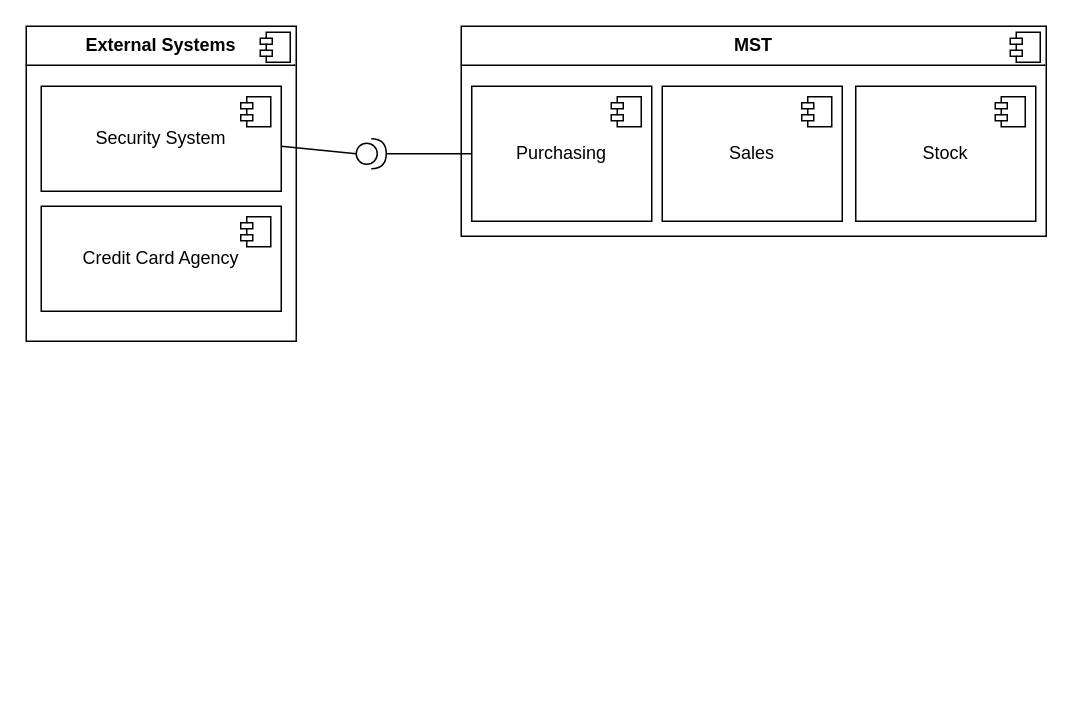
antonykimuom/SWEN30006-2025-SM1-workshop1-tuew05-14-00-team-12 keeps this draw.io diagram as page "Page-2" (2 of 2) of workshop10_week11.drawio. Above is the earlier version. Source tidied: cells renumbered, new cells numbered last; positions are measured from the earlier drawing's top-left corner, leaving out a move shared by most shapes. Both pictures are drawn from the tidied source at 150%, with x=0, y=0 at pixel (26, 26).
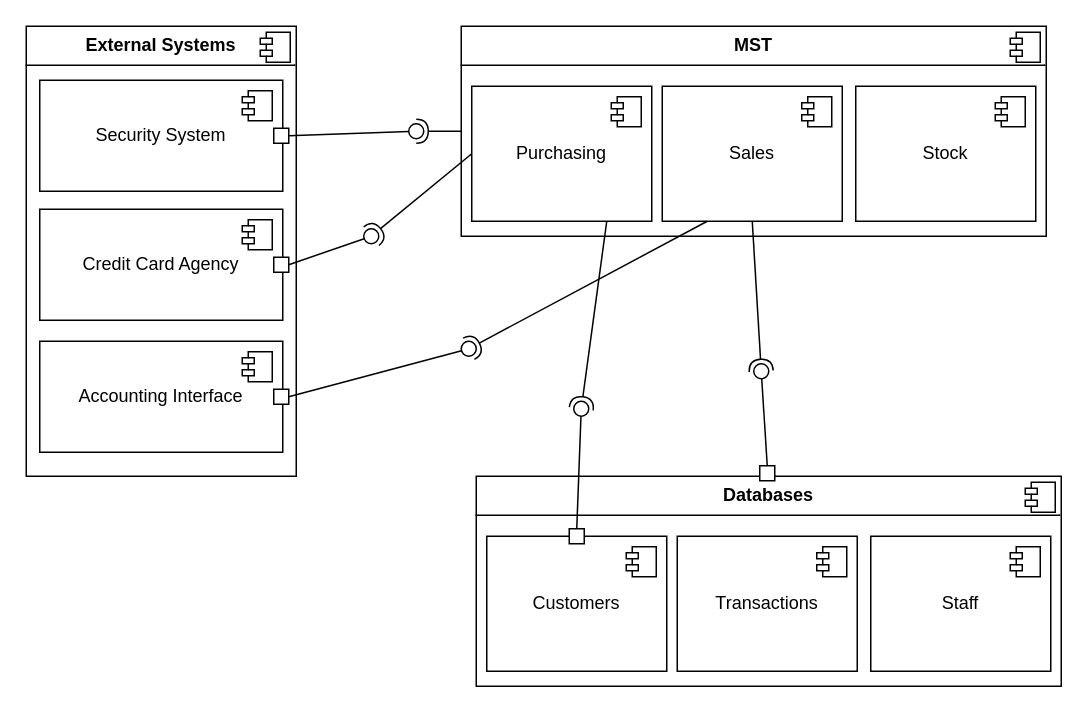
After the change.

The change refers to these unchanged cells:
```xml
<mxCell id="3" value="&lt;p style=&quot;margin:0px;margin-top:6px;text-align:center;&quot;&gt;&lt;b&gt;MST&lt;/b&gt;&lt;/p&gt;&lt;hr size=&quot;1&quot; style=&quot;border-style:solid;&quot;&gt;&lt;p style=&quot;margin:0px;margin-left:8px;&quot;&gt;&lt;br&gt;&lt;/p&gt;" style="align=left;overflow=fill;html=1;whiteSpace=wrap;" parent="2" vertex="1">
  <mxGeometry width="390" height="140" as="geometry" />
</mxCell>
<mxCell id="5" value="Purchasing" style="html=1;whiteSpace=wrap;" parent="2" vertex="1">
  <mxGeometry x="7" y="40" width="120" height="90" as="geometry" />
</mxCell>
<mxCell id="7" value="Sales" style="html=1;whiteSpace=wrap;" parent="2" vertex="1">
  <mxGeometry x="134" y="40" width="120" height="90" as="geometry" />
</mxCell>
```

What changed in the source:
```diff
@@
     <mxCell id="11" style="group;" parent="1" vertex="1">
-      <mxGeometry width="180" height="210" as="geometry" />
+      <mxGeometry width="260" height="300" as="geometry" />
     </mxCell>
+    <mxCell id="22" style="group;" parent="11" vertex="1">
+      <mxGeometry width="180" height="300" as="geometry" />
+    </mxCell>
-    <mxCell id="12" value="&lt;p style=&quot;margin:0px;margin-top:6px;text-align:center;&quot;&gt;&lt;b&gt;External Systems&lt;/b&gt;&lt;/p&gt;&lt;hr size=&quot;1&quot; style=&quot;border-style:solid;&quot;&gt;&lt;p style=&quot;margin:0px;margin-left:8px;&quot;&gt;&lt;br&gt;&lt;/p&gt;" style="align=left;overflow=fill;html=1;whiteSpace=wrap;" parent="11" vertex="1">
-      <mxGeometry width="180" height="210" as="geometry" />
+    <mxCell id="12" value="&lt;p style=&quot;margin:0px;margin-top:6px;text-align:center;&quot;&gt;&lt;b&gt;External Systems&lt;/b&gt;&lt;/p&gt;&lt;hr size=&quot;1&quot; style=&quot;border-style:solid;&quot;&gt;&lt;p style=&quot;margin:0px;margin-left:8px;&quot;&gt;&lt;br&gt;&lt;/p&gt;" style="align=left;overflow=fill;html=1;whiteSpace=wrap;" parent="22" vertex="1">
+      <mxGeometry width="180" height="300" as="geometry" />
     </mxCell>
@@
-    <mxCell id="14" style="group;" parent="11" vertex="1">
-      <mxGeometry x="10" y="40" width="160" height="150" as="geometry" />
-    </mxCell>
-    <mxCell id="15" value="Security System" style="html=1;whiteSpace=wrap;" parent="14" vertex="1">
-      <mxGeometry width="160" height="70" as="geometry" />
+    <mxCell id="15" value="Security System" style="html=1;whiteSpace=wrap;" parent="22" vertex="1">
+      <mxGeometry x="9" y="36" width="162" height="74" as="geometry" />
     </mxCell>
-    <mxCell id="16" style="shape=module;jettyWidth=8;jettyHeight=4;" parent="15" vertex="1">
-      <mxGeometry x="1" width="20" height="20" relative="1" as="geometry">
-        <mxPoint x="-27" y="7" as="offset" />
-      </mxGeometry>
-    </mxCell>
+    <mxCell id="23" style="shape=module;jettyWidth=8;jettyHeight=4;" parent="15" vertex="1">
+      <mxGeometry x="1" width="20" height="20" relative="1" as="geometry">
+        <mxPoint x="-27" y="7" as="offset" />
+      </mxGeometry>
+    </mxCell>
-    <mxCell id="17" value="Credit Card Agency" style="html=1;whiteSpace=wrap;" parent="14" vertex="1">
-      <mxGeometry y="80" width="160" height="70" as="geometry" />
+    <mxCell id="17" value="Credit Card Agency" style="html=1;whiteSpace=wrap;" parent="22" vertex="1">
+      <mxGeometry x="9" y="122" width="162" height="74" as="geometry" />
     </mxCell>
-    <mxCell id="18" style="shape=module;jettyWidth=8;jettyHeight=4;" parent="17" vertex="1">
-      <mxGeometry x="1" width="20" height="20" relative="1" as="geometry">
-        <mxPoint x="-27" y="7" as="offset" />
-      </mxGeometry>
-    </mxCell>
-    <mxCell id="19" style="endArrow=none;html=1;rounded=0;entryX=0;entryY=0.5;entryDx=0;entryDy=0;" parent="1" edge="1" source="21" target="5">
-      <mxGeometry relative="1" as="geometry" />
-    </mxCell>
-    <mxCell id="20" style="endArrow=none;html=1;rounded=0;entryX=0;entryY=0.5;entryDx=0;entryDy=0;" parent="1" edge="1" target="21">
-      <mxGeometry relative="1" as="geometry">
-        <mxPoint x="170" y="80" as="sourcePoint" />
-      </mxGeometry>
-    </mxCell>
-    <mxCell id="21" style="shape=providedRequiredInterface;html=1;verticalLabelPosition=bottom;sketch=0;" parent="1" vertex="1">
-      <mxGeometry x="220" y="75" width="20" height="20" as="geometry" />
-    </mxCell>
+    <mxCell id="24" style="shape=module;jettyWidth=8;jettyHeight=4;" parent="17" vertex="1">
+      <mxGeometry x="1" width="20" height="20" relative="1" as="geometry">
+        <mxPoint x="-27" y="7" as="offset" />
+      </mxGeometry>
+    </mxCell>
+    <mxCell id="25" value="Accounting Interface" style="html=1;whiteSpace=wrap;" parent="22" vertex="1">
+      <mxGeometry x="9" y="210" width="162" height="74" as="geometry" />
+    </mxCell>
+    <mxCell id="26" style="shape=module;jettyWidth=8;jettyHeight=4;" parent="25" vertex="1">
+      <mxGeometry x="1" width="20" height="20" relative="1" as="geometry">
+        <mxPoint x="-27" y="7" as="offset" />
+      </mxGeometry>
+    </mxCell>
+    <mxCell id="27" style="rounded=0;whiteSpace=wrap;html=1;" parent="22" vertex="1">
+      <mxGeometry x="165" y="68" width="10" height="10" as="geometry" />
+    </mxCell>
+    <mxCell id="28" style="rounded=0;whiteSpace=wrap;html=1;" parent="22" vertex="1">
+      <mxGeometry x="165" y="154" width="10" height="10" as="geometry" />
+    </mxCell>
+    <mxCell id="29" style="rounded=0;whiteSpace=wrap;html=1;" parent="22" vertex="1">
+      <mxGeometry x="165" y="242" width="10" height="10" as="geometry" />
+    </mxCell>
+    <mxCell id="30" style="ellipse;whiteSpace=wrap;html=1;align=center;fillColor=none;strokeColor=none;perimeter=centerPerimeter;" parent="1" vertex="1">
+      <mxGeometry x="260" y="190" width="10" height="10" as="geometry" />
+    </mxCell>
+    <mxCell id="31" style="group;" parent="1" vertex="1">
+      <mxGeometry x="300" y="300" width="390" height="140" as="geometry" />
+    </mxCell>
+    <mxCell id="32" value="&lt;p style=&quot;margin:0px;margin-top:6px;text-align:center;&quot;&gt;&lt;b&gt;Databases&lt;/b&gt;&lt;/p&gt;&lt;hr size=&quot;1&quot; style=&quot;border-style:solid;&quot;&gt;&lt;p style=&quot;margin:0px;margin-left:8px;&quot;&gt;&lt;br&gt;&lt;/p&gt;" style="align=left;overflow=fill;html=1;whiteSpace=wrap;" parent="31" vertex="1">
+      <mxGeometry width="390" height="140" as="geometry" />
+    </mxCell>
+    <mxCell id="33" style="shape=component;jettyWidth=8;jettyHeight=4;" parent="32" vertex="1">
+      <mxGeometry x="1" width="20" height="20" relative="1" as="geometry">
+        <mxPoint x="-24" y="4" as="offset" />
+      </mxGeometry>
+    </mxCell>
+    <mxCell id="34" value="Customers" style="html=1;whiteSpace=wrap;" parent="31" vertex="1">
+      <mxGeometry x="7" y="40" width="120" height="90" as="geometry" />
+    </mxCell>
+    <mxCell id="35" style="shape=module;jettyWidth=8;jettyHeight=4;" parent="34" vertex="1">
+      <mxGeometry x="1" width="20" height="20" relative="1" as="geometry">
+        <mxPoint x="-27" y="7" as="offset" />
+      </mxGeometry>
+    </mxCell>
+    <mxCell id="36" value="Transactions" style="html=1;whiteSpace=wrap;" parent="31" vertex="1">
+      <mxGeometry x="134" y="40" width="120" height="90" as="geometry" />
+    </mxCell>
+    <mxCell id="37" style="shape=module;jettyWidth=8;jettyHeight=4;" parent="36" vertex="1">
+      <mxGeometry x="1" width="20" height="20" relative="1" as="geometry">
+        <mxPoint x="-27" y="7" as="offset" />
+      </mxGeometry>
+    </mxCell>
+    <mxCell id="38" value="Staff" style="html=1;whiteSpace=wrap;" parent="31" vertex="1">
+      <mxGeometry x="263" y="40" width="120" height="90" as="geometry" />
+    </mxCell>
+    <mxCell id="39" style="shape=module;jettyWidth=8;jettyHeight=4;" parent="38" vertex="1">
+      <mxGeometry x="1" width="20" height="20" relative="1" as="geometry">
+        <mxPoint x="-27" y="7" as="offset" />
+      </mxGeometry>
+    </mxCell>
+    <mxCell id="40" style="rounded=0;whiteSpace=wrap;html=1;" parent="31" vertex="1">
+      <mxGeometry x="62" y="35" width="10" height="10" as="geometry" />
+    </mxCell>
+    <mxCell id="41" style="rounded=0;whiteSpace=wrap;html=1;" parent="31" vertex="1">
+      <mxGeometry x="189" y="-7" width="10" height="10" as="geometry" />
+    </mxCell>
+    <mxCell id="42" style="rounded=0;jettySize=auto;html=1;endArrow=halfCircle;endFill=0;endSize=6;strokeWidth=1;sketch=0;exitX=0.75;exitY=1;exitDx=0;exitDy=0;" parent="1" edge="1" source="5">
+      <mxGeometry relative="1" as="geometry">
+        <mxPoint x="370" y="255" as="targetPoint" />
+      </mxGeometry>
+    </mxCell>
+    <mxCell id="43" style="rounded=0;jettySize=auto;html=1;endArrow=oval;endFill=0;sketch=0;sourcePerimeterSpacing=0;targetPerimeterSpacing=0;endSize=10;exitX=0.5;exitY=0;exitDx=0;exitDy=0;" parent="1" edge="1" source="40">
+      <mxGeometry relative="1" as="geometry">
+        <mxPoint x="370" y="255" as="targetPoint" />
+      </mxGeometry>
+    </mxCell>
+    <mxCell id="44" style="ellipse;whiteSpace=wrap;html=1;align=center;fillColor=none;strokeColor=none;perimeter=centerPerimeter;" parent="1" vertex="1">
+      <mxGeometry x="455" y="250" width="10" height="10" as="geometry" />
+    </mxCell>
+    <mxCell id="45" style="rounded=0;jettySize=auto;html=1;endArrow=halfCircle;endFill=0;endSize=6;strokeWidth=1;sketch=0;exitX=0.5;exitY=1;exitDx=0;exitDy=0;" parent="1" edge="1" source="7">
+      <mxGeometry relative="1" as="geometry">
+        <mxPoint x="490" y="230" as="targetPoint" />
+      </mxGeometry>
+    </mxCell>
+    <mxCell id="46" style="rounded=0;jettySize=auto;html=1;endArrow=oval;endFill=0;sketch=0;sourcePerimeterSpacing=0;targetPerimeterSpacing=0;endSize=10;exitX=0.5;exitY=0;exitDx=0;exitDy=0;" parent="1" edge="1" source="41">
+      <mxGeometry relative="1" as="geometry">
+        <mxPoint x="490" y="230" as="targetPoint" />
+      </mxGeometry>
+    </mxCell>
+    <mxCell id="47" style="ellipse;whiteSpace=wrap;html=1;align=center;fillColor=none;strokeColor=none;perimeter=centerPerimeter;" parent="1" vertex="1">
+      <mxGeometry x="455" y="230" width="10" height="10" as="geometry" />
+    </mxCell>
+    <mxCell id="48" style="rounded=0;jettySize=auto;html=1;endArrow=halfCircle;endFill=0;endSize=6;strokeWidth=1;sketch=0;exitX=0;exitY=0.5;exitDx=0;exitDy=0;" parent="1" edge="1" source="3">
+      <mxGeometry relative="1" as="geometry">
+        <mxPoint x="260" y="70" as="targetPoint" />
+      </mxGeometry>
+    </mxCell>
+    <mxCell id="49" style="rounded=0;jettySize=auto;html=1;endArrow=oval;endFill=0;sketch=0;sourcePerimeterSpacing=0;targetPerimeterSpacing=0;endSize=10;exitX=1;exitY=0.5;exitDx=0;exitDy=0;" parent="1" edge="1" source="27">
+      <mxGeometry relative="1" as="geometry">
+        <mxPoint x="260" y="70" as="targetPoint" />
+      </mxGeometry>
+    </mxCell>
+    <mxCell id="50" style="ellipse;whiteSpace=wrap;html=1;align=center;fillColor=none;strokeColor=none;perimeter=centerPerimeter;" parent="1" vertex="1">
+      <mxGeometry x="305" y="130" width="10" height="10" as="geometry" />
+    </mxCell>
+    <mxCell id="51" style="rounded=0;jettySize=auto;html=1;endArrow=halfCircle;endFill=0;endSize=6;strokeWidth=1;sketch=0;exitX=0;exitY=0.5;exitDx=0;exitDy=0;" parent="1" edge="1" source="5">
+      <mxGeometry relative="1" as="geometry">
+        <mxPoint x="230" y="140" as="targetPoint" />
+      </mxGeometry>
+    </mxCell>
+    <mxCell id="52" style="rounded=0;jettySize=auto;html=1;endArrow=oval;endFill=0;sketch=0;sourcePerimeterSpacing=0;targetPerimeterSpacing=0;endSize=10;exitX=1;exitY=0.5;exitDx=0;exitDy=0;" parent="1" edge="1" source="28">
+      <mxGeometry relative="1" as="geometry">
+        <mxPoint x="230" y="140" as="targetPoint" />
+      </mxGeometry>
+    </mxCell>
+    <mxCell id="53" style="rounded=0;jettySize=auto;html=1;endArrow=halfCircle;endFill=0;endSize=6;strokeWidth=1;sketch=0;exitX=0.25;exitY=1;exitDx=0;exitDy=0;" parent="1" edge="1" source="7" target="55">
+      <mxGeometry relative="1" as="geometry" />
+    </mxCell>
+    <mxCell id="54" style="rounded=0;jettySize=auto;html=1;endArrow=oval;endFill=0;sketch=0;sourcePerimeterSpacing=0;targetPerimeterSpacing=0;endSize=10;exitX=1;exitY=0.5;exitDx=0;exitDy=0;" parent="1" edge="1" source="29" target="55">
+      <mxGeometry relative="1" as="geometry" />
+    </mxCell>
+    <mxCell id="55" style="ellipse;whiteSpace=wrap;html=1;align=center;fillColor=none;strokeColor=none;perimeter=centerPerimeter;points=[];outlineConnect=1;" parent="1" vertex="1">
+      <mxGeometry x="290" y="210" width="10" height="10" as="geometry" />
+    </mxCell>
```
